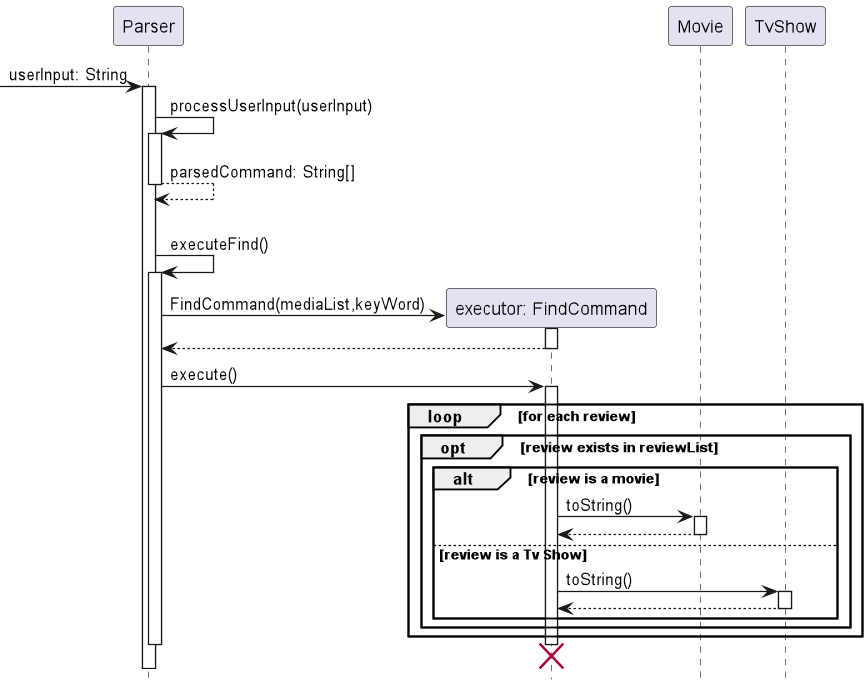
Before: docs/imgs/FindCommandSequence.png, a diagram exported from PlantUML (nus-cs2113-AY2223S1/tp). Its source is kept beside it as docs/UML Diagrams/findCommandSequence.puml.
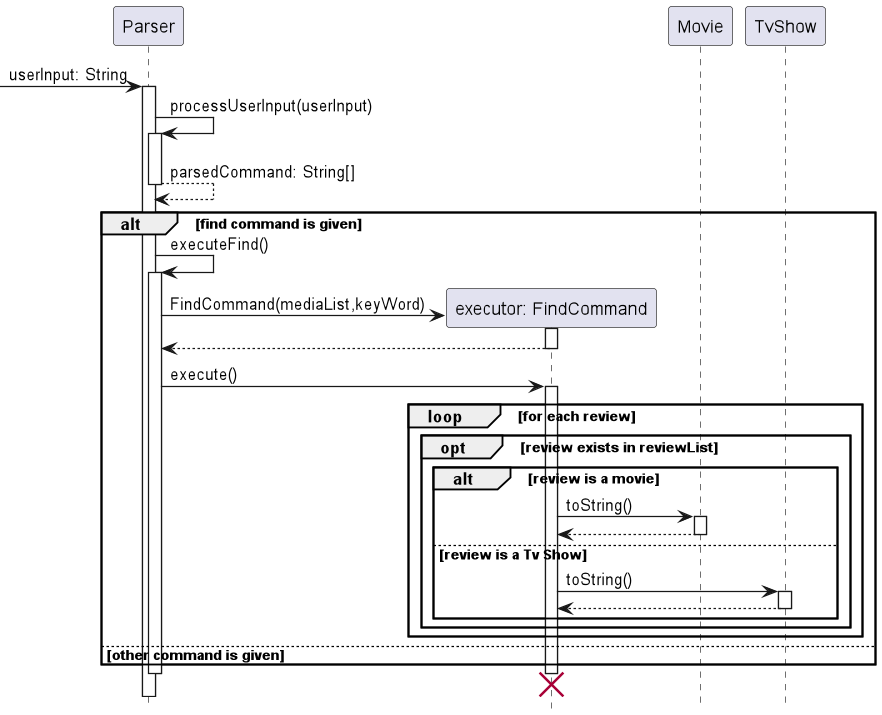
After the change.

Change to the diagram source:
```diff
@@ -33,6 +33,8 @@
                 return
             end
         end
+    end
+else other command is given
 end
 deactivate Parser
 destroy "executor: FindCommand"
```
